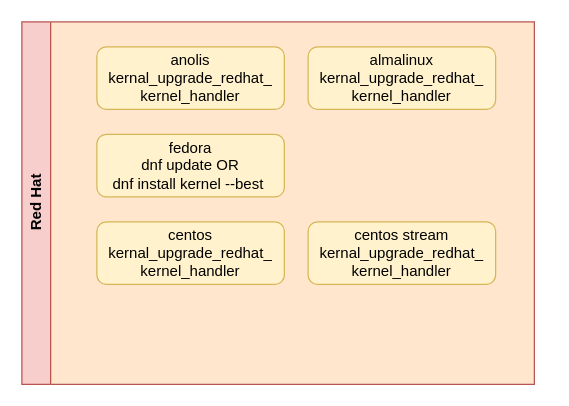
Before: page "修改内核" (5 of 5) of docs/tips/drawio/kvm.drawio in ShaoOrg/bulletin, a draw.io diagram. Source tidied: cells renumbered, new cells numbered last; positions are measured from the earlier drawing's top-left corner, leaving out a move shared by most shapes. Both pictures are drawn from the tidied source at 125%, with x=0, y=0 at pixel (21, 21).
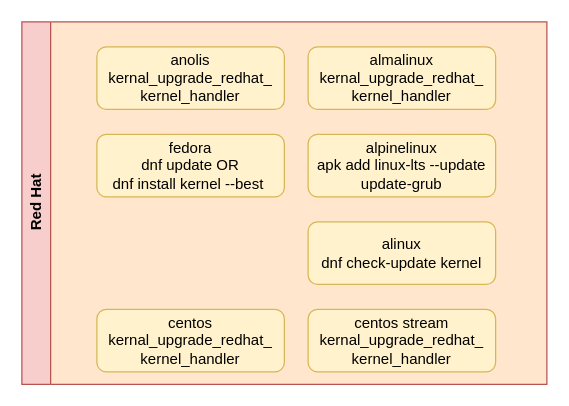
After the change.

Change to the diagram source:
```diff
@@
 <mxGraphModel>
   <root>
     <mxCell id="0" />
     <mxCell id="1" parent="0" />
     <mxCell id="2" value="Red Hat" style="swimlane;horizontal=0;whiteSpace=wrap;html=1;fillColor=#f8cecc;strokeColor=#b85450;swimlaneFillColor=#FFE6CC;" parent="1" vertex="1">
-      <mxGeometry width="410" height="290" as="geometry" />
+      <mxGeometry width="420" height="290" as="geometry" />
     </mxCell>
     <mxCell id="3" value="fedora&lt;br&gt;dnf update OR&lt;br&gt;dnf install kernel --best&amp;nbsp;" style="rounded=1;whiteSpace=wrap;html=1;fillColor=#fff2cc;strokeColor=#d6b656;" parent="2" vertex="1">
       <mxGeometry x="60" y="90" width="150" height="50" as="geometry" />
     </mxCell>
     <mxCell id="4" value="anolis&lt;br&gt;kernal_upgrade_redhat_&lt;br&gt;kernel_handler" style="rounded=1;whiteSpace=wrap;html=1;fillColor=#fff2cc;strokeColor=#d6b656;" parent="2" vertex="1">
       <mxGeometry x="60" y="20" width="150" height="50" as="geometry" />
     </mxCell>
     <mxCell id="5" value="centos&lt;br&gt;kernal_upgrade_redhat_&lt;br&gt;kernel_handler" style="rounded=1;whiteSpace=wrap;html=1;fillColor=#fff2cc;strokeColor=#d6b656;" parent="2" vertex="1">
-      <mxGeometry x="60" y="160" width="150" height="50" as="geometry" />
+      <mxGeometry x="60" y="230" width="150" height="50" as="geometry" />
     </mxCell>
     <mxCell id="6" value="centos stream&lt;br&gt;kernal_upgrade_redhat_&lt;br&gt;kernel_handler" style="rounded=1;whiteSpace=wrap;html=1;fillColor=#fff2cc;strokeColor=#d6b656;" parent="2" vertex="1">
-      <mxGeometry x="229" y="160" width="150" height="50" as="geometry" />
+      <mxGeometry x="229" y="230" width="150" height="50" as="geometry" />
     </mxCell>
     <mxCell id="7" value="almalinux&lt;br&gt;kernal_upgrade_redhat_&lt;br&gt;kernel_handler" style="rounded=1;whiteSpace=wrap;html=1;fillColor=#fff2cc;strokeColor=#d6b656;" parent="2" vertex="1">
       <mxGeometry x="229" y="20" width="150" height="50" as="geometry" />
     </mxCell>
+    <mxCell id="8" value="alpinelinux&lt;br&gt;apk add linux-lts --update&lt;br&gt;update-grub" style="rounded=1;whiteSpace=wrap;html=1;fillColor=#fff2cc;strokeColor=#d6b656;" parent="2" vertex="1">
+      <mxGeometry x="229" y="90" width="150" height="50" as="geometry" />
+    </mxCell>
+    <mxCell id="9" value="alinux&lt;br&gt;dnf check-update kernel" style="rounded=1;whiteSpace=wrap;html=1;fillColor=#fff2cc;strokeColor=#d6b656;" parent="2" vertex="1">
+      <mxGeometry x="229" y="160" width="150" height="50" as="geometry" />
+    </mxCell>
   </root>
 </mxGraphModel>
```
